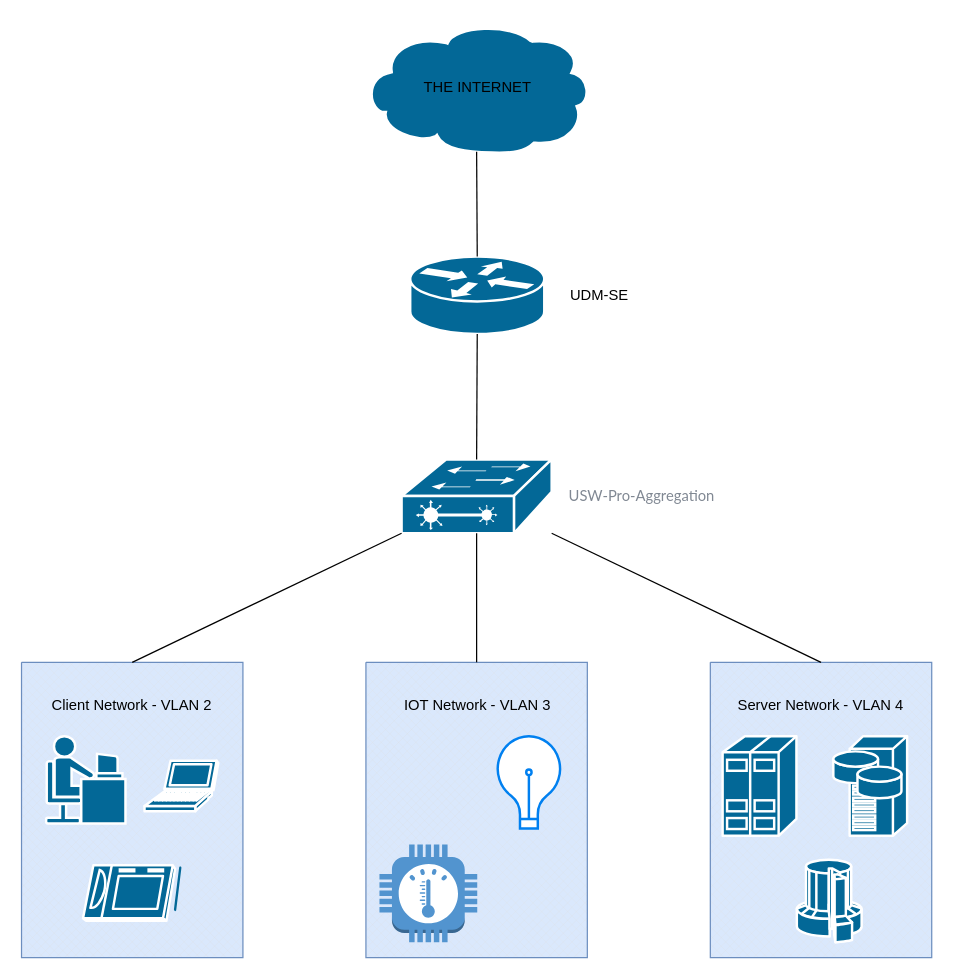
Above: page "Network Diagram" (1 of 2) of assets/uac-net.drawio in brandenk514/hl-docs (draw.io), before the change. Source tidied: cells renumbered, new cells numbered last; positions are measured from the earlier drawing's top-left corner, leaving out a move shared by most shapes. Both pictures are drawn from the tidied source at 123%, with x=0, y=0 at pixel (21, 22).
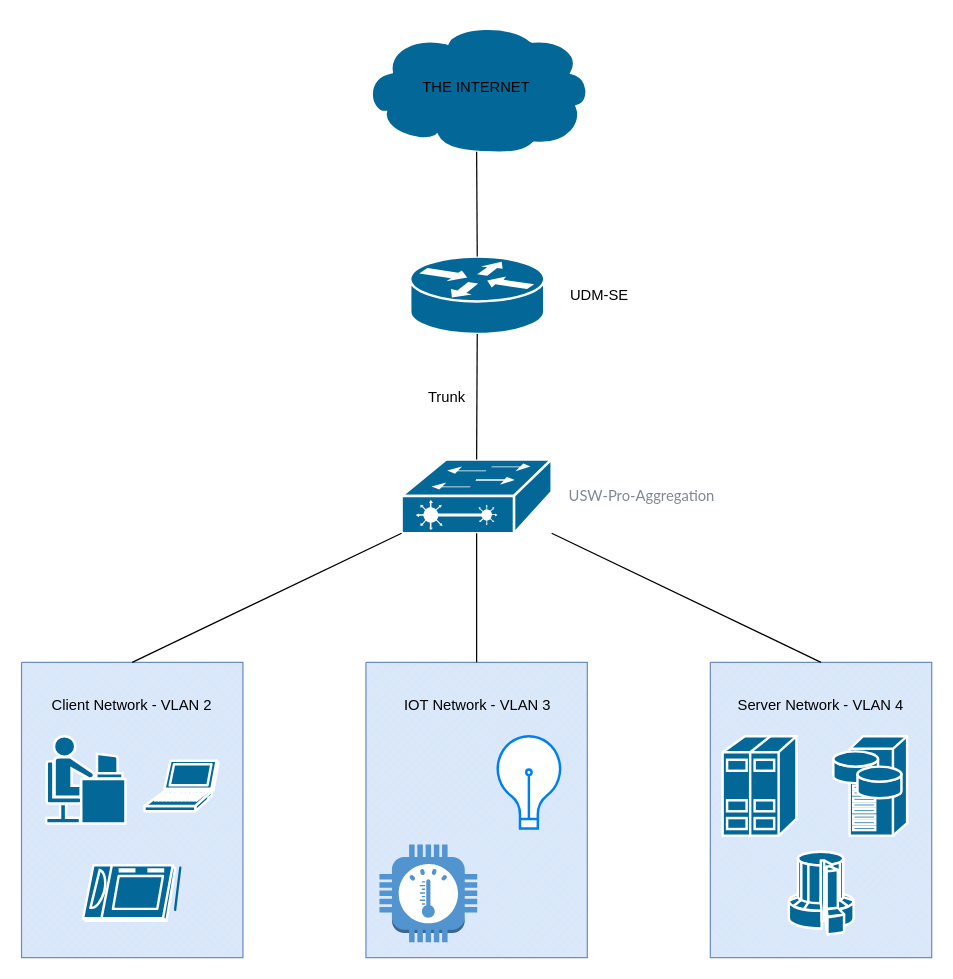
After the change.

What changed in the source:
```diff
@@
     <mxCell id="20" value="THE INTERNET" style="text;html=1;align=center;verticalAlign=middle;whiteSpace=wrap;rounded=0;" parent="1" vertex="1">
-      <mxGeometry x="325.5" y="38" width="90" height="30" as="geometry" />
+      <mxGeometry x="325" y="38" width="90" height="30" as="geometry" />
     </mxCell>
@@
     <mxCell id="26" style="shape=mxgraph.cisco.computers_and_peripherals.supercomputer;sketch=0;html=1;dashed=0;fillColor=#036897;strokeColor=#ffffff;strokeWidth=2;verticalLabelPosition=bottom;verticalAlign=top;align=center;" parent="1" vertex="1">
-      <mxGeometry x="630" y="680.5" width="53" height="67" as="geometry" />
+      <mxGeometry x="623.5" y="674" width="53" height="67" as="geometry" />
     </mxCell>
+    <mxCell id="27" value="Trunk" style="text;html=1;align=center;verticalAlign=middle;whiteSpace=wrap;rounded=0;" parent="1" vertex="1">
+      <mxGeometry x="316" y="290" width="60" height="30" as="geometry" />
+    </mxCell>
```
